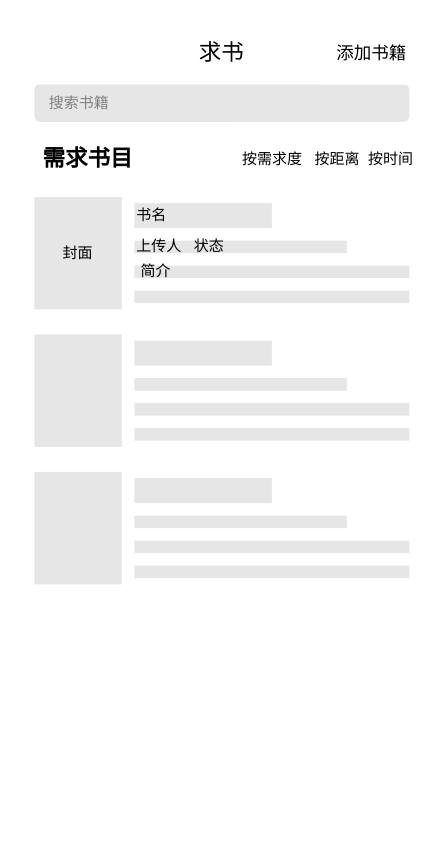
Above: page "心愿" (3 of 4) of design/Wireframes.drawio in New-Citizen-Program/WavePure (draw.io), before the change. Source tidied: cells renumbered, new cells numbered last; positions are measured from the earlier drawing's top-left corner, leaving out a move shared by most shapes. Both pictures are drawn from the tidied source at 125%, with x=0, y=0 at pixel (21, 21).
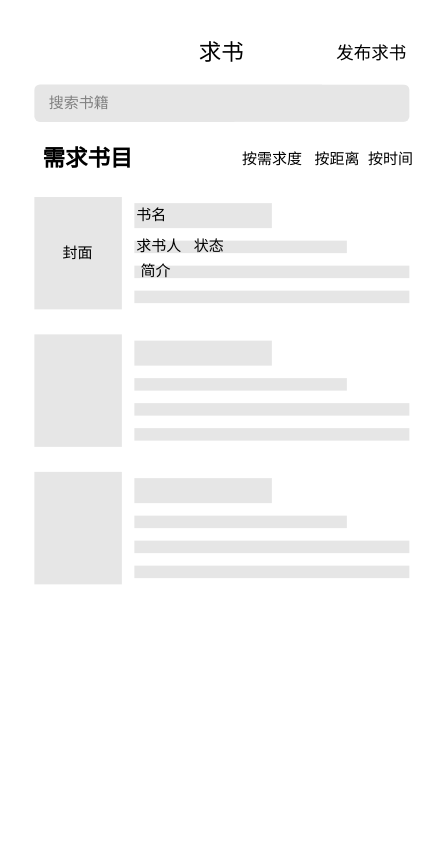
The same page after the edit.

The edit, as a diff of the source:
```diff
@@
-    <mxCell id="10" value="上传人&amp;nbsp; &amp;nbsp;状态&amp;nbsp;&amp;nbsp;" style="rounded=0;whiteSpace=wrap;html=1;fillColor=#E6E6E6;strokeColor=none;align=left;" parent="1" vertex="1">
+    <mxCell id="10" value="求书人&amp;nbsp; &amp;nbsp;状态&amp;nbsp;&amp;nbsp;" style="rounded=0;whiteSpace=wrap;html=1;fillColor=#E6E6E6;strokeColor=none;align=left;" parent="1" vertex="1">
       <mxGeometry x="90" y="175" width="170" height="10" as="geometry" />
     </mxCell>
@@
-    <mxCell id="23" value="&lt;font style=&quot;font-size: 14px&quot;&gt;添加书籍&lt;/font&gt;" style="rounded=0;whiteSpace=wrap;html=1;fillColor=#ffffff;strokeColor=none;" parent="1" vertex="1">
+    <mxCell id="23" value="&lt;span style=&quot;font-size: 14px&quot;&gt;发布求书&lt;/span&gt;" style="rounded=0;whiteSpace=wrap;html=1;fillColor=#ffffff;strokeColor=none;" parent="1" vertex="1">
       <mxGeometry x="240" width="80" height="50" as="geometry" />
     </mxCell>
```
